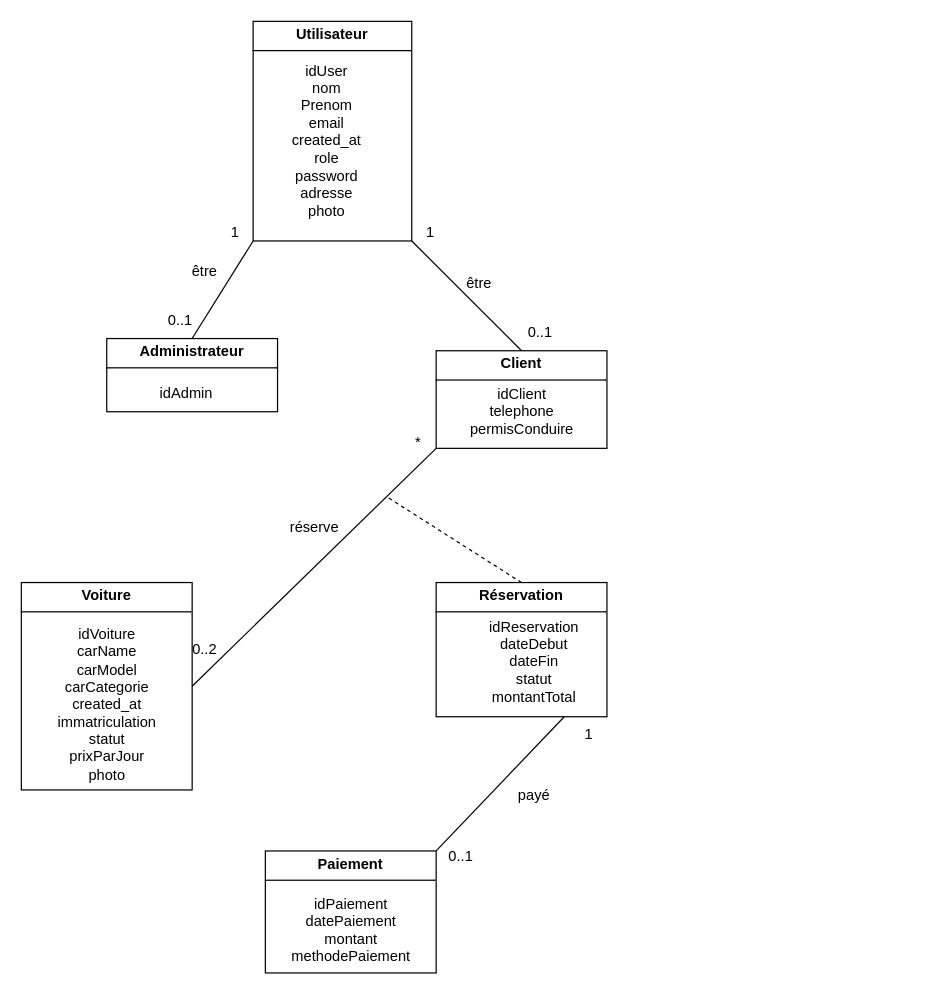
Earlier version of the draw.io diagram conception/db-model.drawio (Marcel-Fassou-28/rentcar_project). Source tidied: cells renumbered, new cells numbered last; positions are measured from the earlier drawing's top-left corner, leaving out a move shared by most shapes. Both pictures are drawn from the tidied source at 122%, with x=0, y=0 at pixel (21, 21).
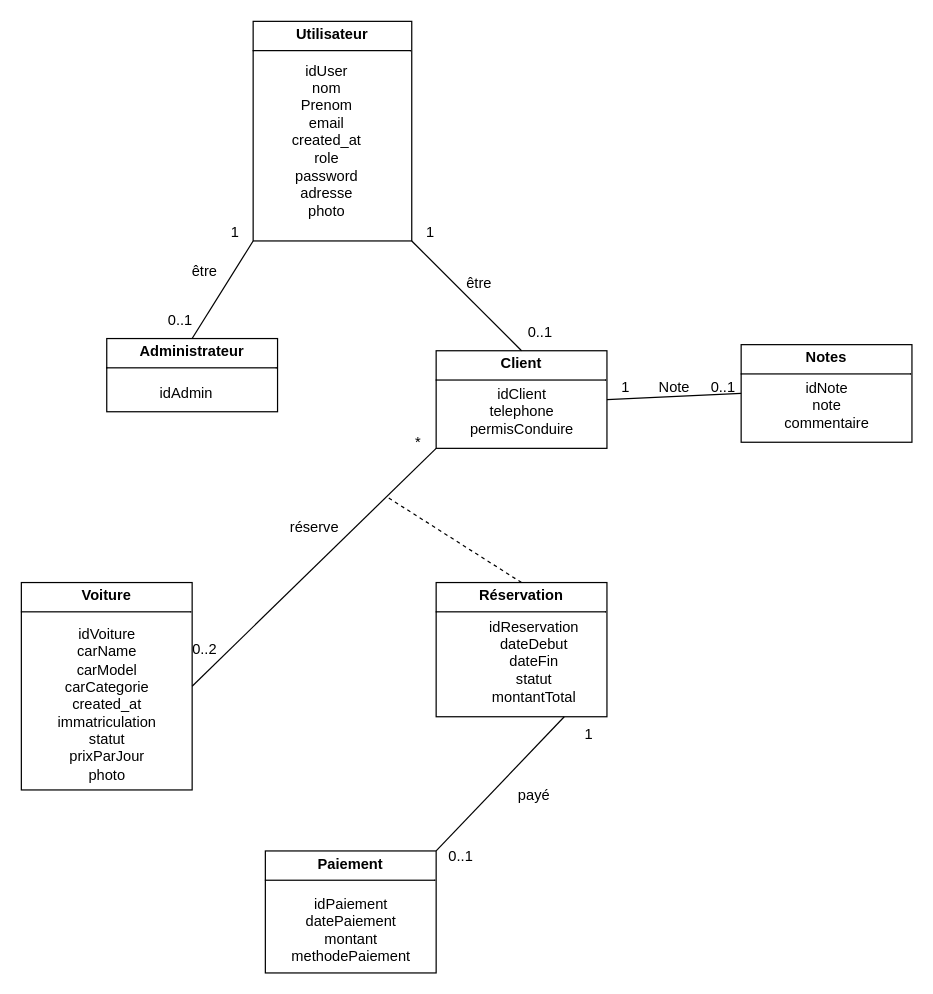
Above is the later version.

Unchanged cells that the change refers to:
```xml
<mxCell id="4" value="&lt;p style=&quot;margin:0px;margin-top:4px;text-align:center;&quot;&gt;&lt;b&gt;Client&lt;/b&gt;&lt;/p&gt;&lt;hr size=&quot;1&quot; style=&quot;border-style:solid;&quot;&gt;&lt;div style=&quot;height:2px;&quot;&gt;&lt;/div&gt;" style="verticalAlign=top;align=left;overflow=fill;html=1;whiteSpace=wrap;" parent="1" vertex="1">
  <mxGeometry x="340" y="270" width="140" height="80" as="geometry" />
</mxCell>
```

What changed in the source:
```diff
@@
+    <mxCell id="31" value="&lt;p style=&quot;margin:0px;margin-top:4px;text-align:center;&quot;&gt;&lt;b&gt;Notes&lt;/b&gt;&lt;/p&gt;&lt;hr size=&quot;1&quot; style=&quot;border-style:solid;&quot;&gt;&lt;div style=&quot;height:2px;&quot;&gt;&lt;/div&gt;" style="verticalAlign=top;align=left;overflow=fill;html=1;whiteSpace=wrap;" parent="1" vertex="1">
+      <mxGeometry x="590" y="265" width="140" height="80" as="geometry" />
+    </mxCell>
+    <mxCell id="32" value="&lt;div&gt;idNote&lt;/div&gt;note&lt;br&gt;&lt;div&gt;commentaire&lt;/div&gt;" style="text;html=1;align=center;verticalAlign=middle;strokeColor=none;fillColor=none;" parent="1" vertex="1">
+      <mxGeometry x="615" y="285" width="90" height="60" as="geometry" />
+    </mxCell>
+    <mxCell id="33" style="endArrow=none;html=1;exitX=1;exitY=0.5;exitDx=0;exitDy=0;entryX=0;entryY=0.5;entryDx=0;entryDy=0;" parent="1" edge="1" source="4" target="31">
+      <mxGeometry relative="1" as="geometry" />
+    </mxCell>
+    <mxCell id="34" value="1" style="text;html=1;align=center;verticalAlign=middle;strokeColor=none;fillColor=none;" parent="1" vertex="1">
+      <mxGeometry x="480" y="285" width="30" height="30" as="geometry" />
+    </mxCell>
+    <mxCell id="35" value="0..1" style="text;html=1;align=center;verticalAlign=middle;strokeColor=none;fillColor=none;" parent="1" vertex="1">
+      <mxGeometry x="555" y="285" width="40" height="30" as="geometry" />
+    </mxCell>
+    <mxCell id="36" value="Note" style="text;html=1;align=center;verticalAlign=middle;strokeColor=none;fillColor=none;" parent="1" vertex="1">
+      <mxGeometry x="510" y="285" width="50" height="30" as="geometry" />
+    </mxCell>
```
